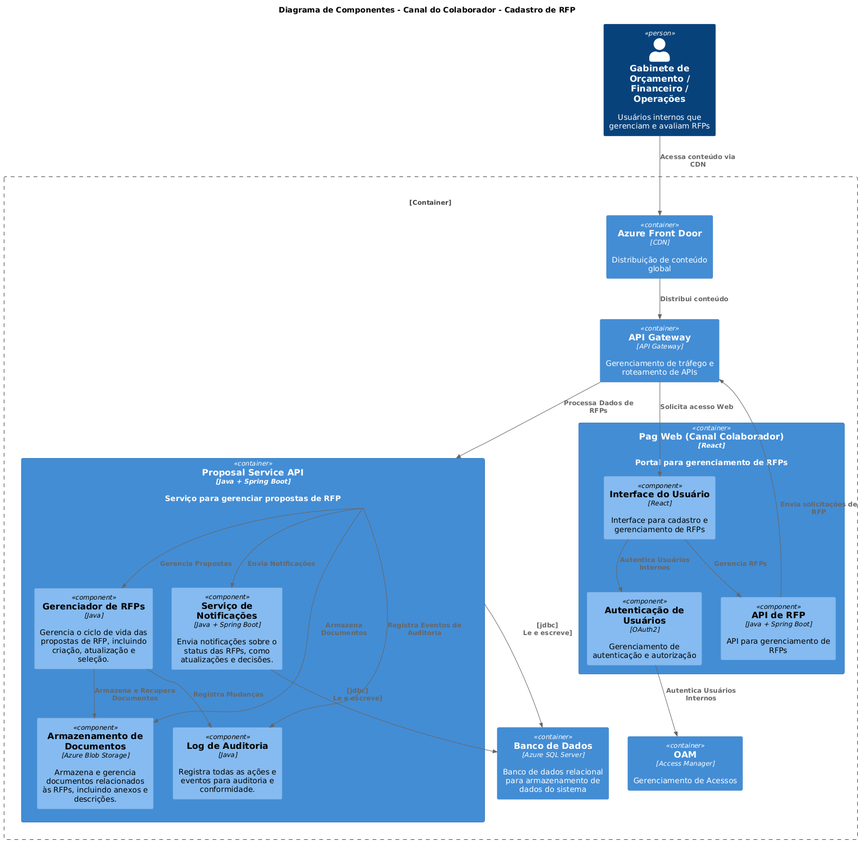
Before: images/c4/component/canal_colaborador.png, a diagram exported from PlantUML (JohnatanSantana/fiap_design_omb).
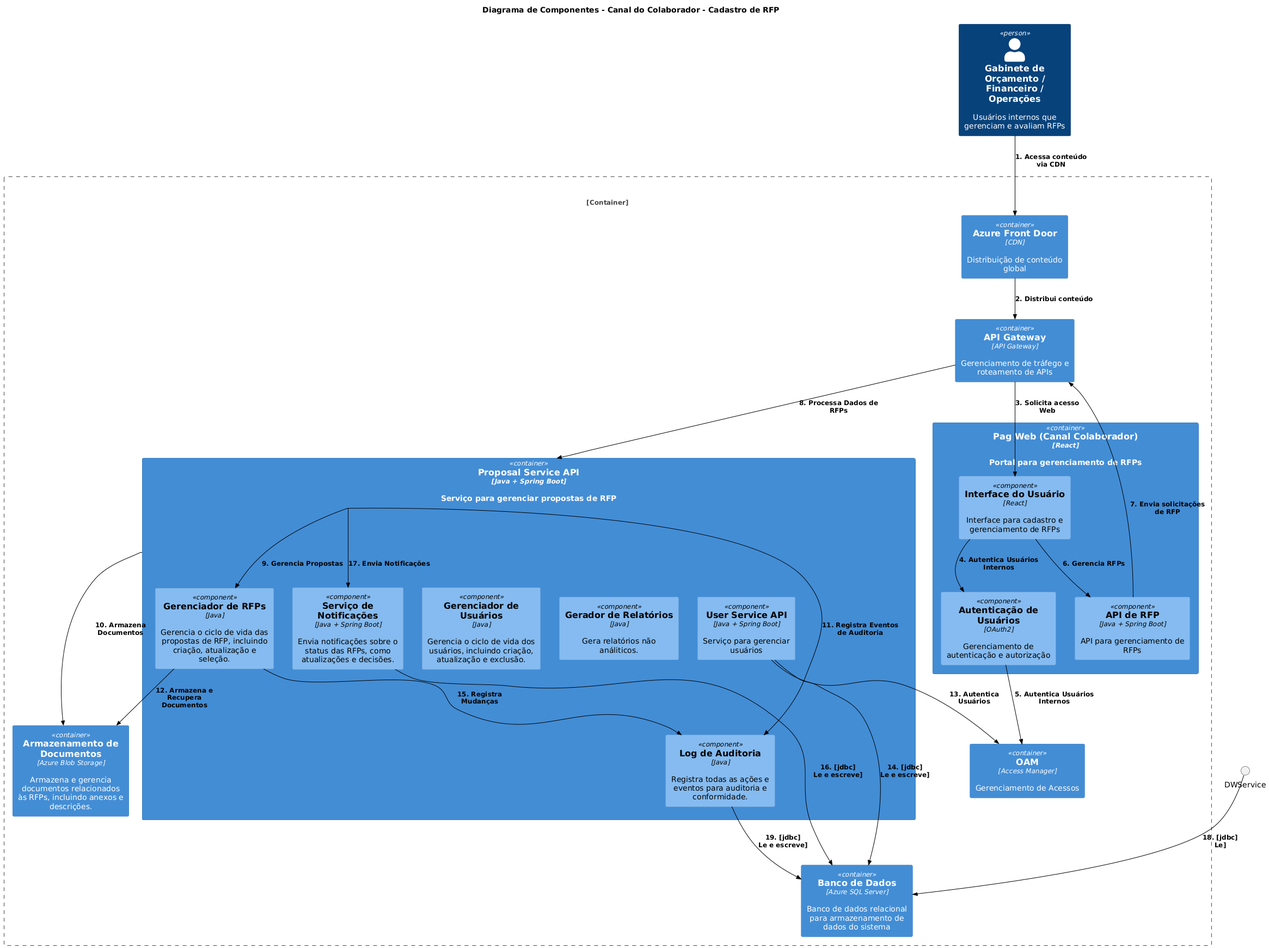
Above is the later version.

Change to the diagram source:
```diff
@@ -4,6 +4,10 @@
 !define TEXT_COLOR black
 
 !include https://raw.githubusercontent.com/plantuml-stdlib/C4-PlantUML/master/C4_Component.puml
+
+skinparam ArrowColor black
+skinparam ArrowThickness 1
+skinparam DefaultFontColor black
 
 title Diagrama de Componentes - Canal do Colaborador - Cadastro de RFP
 
@@ -21,32 +25,42 @@
     Container(ProposalService, "Proposal Service API", "Java + Spring Boot", "Serviço para gerenciar propostas de RFP") {
         Component(RFPManager, "Gerenciador de RFPs", "Java", "Gerencia o ciclo de vida das propostas de RFP, incluindo criação, atualização e seleção.")
         Component(NotificationService, "Serviço de Notificações", "Java + Spring Boot", "Envia notificações sobre o status das RFPs, como atualizações e decisões.")
-        Component(DocumentStorage, "Armazenamento de Documentos", "Azure Blob Storage", "Armazena e gerencia documentos relacionados às RFPs, incluindo anexos e descrições.")
         Component(AuditLog, "Log de Auditoria", "Java", "Registra todas as ações e eventos para auditoria e conformidade.")
+        Component(UserManager, "Gerenciador de Usuários", "Java", "Gerencia o ciclo de vida dos usuários, incluindo criação, atualização e exclusão.")
+        Component(ReportGenerator, "Gerador de Relatórios", "Java", "Gera relatórios não análiticos.")
+        Component(UserService, "User Service API", "Java + Spring Boot", "Serviço para gerenciar usuários")
     }
 
+
+
+    Container(DocumentStorage, "Armazenamento de Documentos", "Azure Blob Storage", "Armazena e gerencia documentos relacionados às RFPs, incluindo anexos e descrições.")
     Container(Database, "Banco de Dados", "Azure SQL Server", "Banco de dados relacional para armazenamento de dados do sistema")
 
     Container(AzureFrontDoor, "Azure Front Door", "CDN", "Distribuição de conteúdo global")
     Container(APIGateway, "API Gateway", "API Gateway", "Gerenciamento de tráfego e roteamento de APIs")
 }
 
-Rel(InternalUsers, AzureFrontDoor, "Acessa conteúdo via CDN")
-Rel(AzureFrontDoor, APIGateway, "Distribui conteúdo")
-Rel(APIGateway, CollaboratorUI, "Solicita acesso Web")
-Rel(CollaboratorUI, CollaboratorAuth, "Autentica Usuários Internos")
-Rel(CollaboratorAuth, OAM, "Autentica Usuários Internos")
-Rel(CollaboratorUI, CollaboratorAPI, "Gerencia RFPs")
-Rel(CollaboratorAPI, APIGateway, "Envia solicitações de RFP")
-Rel(APIGateway, ProposalService, "Processa Dados de RFPs")
-Rel(ProposalService, Database, "[jdbc]\nLe e escreve]")
+Rel(InternalUsers, AzureFrontDoor, "1. Acessa conteúdo via CDN")
+Rel(AzureFrontDoor, APIGateway, "2. Distribui conteúdo")
+Rel(APIGateway, CollaboratorUI, "3. Solicita acesso Web")
+Rel(CollaboratorUI, CollaboratorAuth, "4. Autentica Usuários Internos")
+Rel(CollaboratorAuth, OAM, "5. Autentica Usuários Internos")
+Rel(CollaboratorUI, CollaboratorAPI, "6. Gerencia RFPs")
+Rel(CollaboratorAPI, APIGateway, "7. Envia solicitações de RFP")
+Rel(APIGateway, ProposalService, "8. Processa Dados de RFPs")
 
-Rel(ProposalService, RFPManager, "Gerencia Propostas")
-Rel(ProposalService, NotificationService, "Envia Notificações")
-Rel(ProposalService, DocumentStorage, "Armazena Documentos")
-Rel(ProposalService, AuditLog, "Registra Eventos de Auditoria")
 
-Rel(RFPManager, DocumentStorage, "Armazena e Recupera Documentos")
-Rel(RFPManager, AuditLog, "Registra Mudanças")
-Rel(NotificationService, Database, "[jdbc]\nLe e escreve]")
+Rel(ProposalService, RFPManager, "9. Gerencia Propostas")
+
+Rel(ProposalService, DocumentStorage, "10. Armazena Documentos")
+Rel(ProposalService, AuditLog, "11. Registra Eventos de Auditoria")
+
+Rel(RFPManager, DocumentStorage, "12. Armazena e Recupera Documentos")
+Rel(UserService, OAM, "13. Autentica Usuários")
+Rel(UserService, Database, "14. [jdbc]\nLe e escreve]")
+Rel(RFPManager, AuditLog, "15. Registra Mudanças")
+Rel(NotificationService, Database, "16. [jdbc]\nLe e escreve]")
+Rel(ProposalService, NotificationService, "17. Envia Notificações")
+Rel(DWService, Database, "18. [jdbc]\nLe]")
+Rel(AuditLog, Database, "19. [jdbc]\nLe e escreve]")
 @enduml
```
